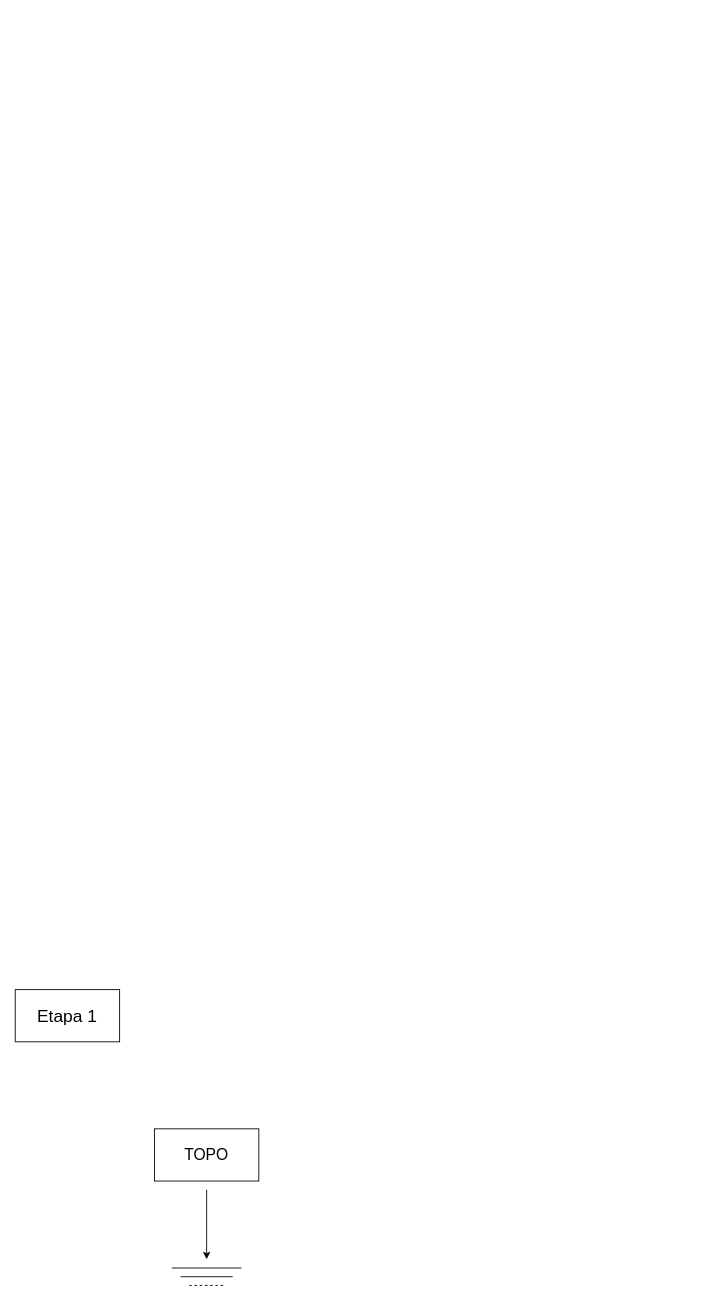
Before: page "Page-2" (2 of 3) of Untitled Diagram.drawio in Xang0/Diagramas-de-Estruturas-de-Dado, a draw.io diagram. Source tidied: cells renumbered, new cells numbered last; positions are measured from the earlier drawing's top-left corner, leaving out a move shared by most shapes. Both pictures are drawn from the tidied source at 87%, with x=0, y=0 at pixel (15, 989).
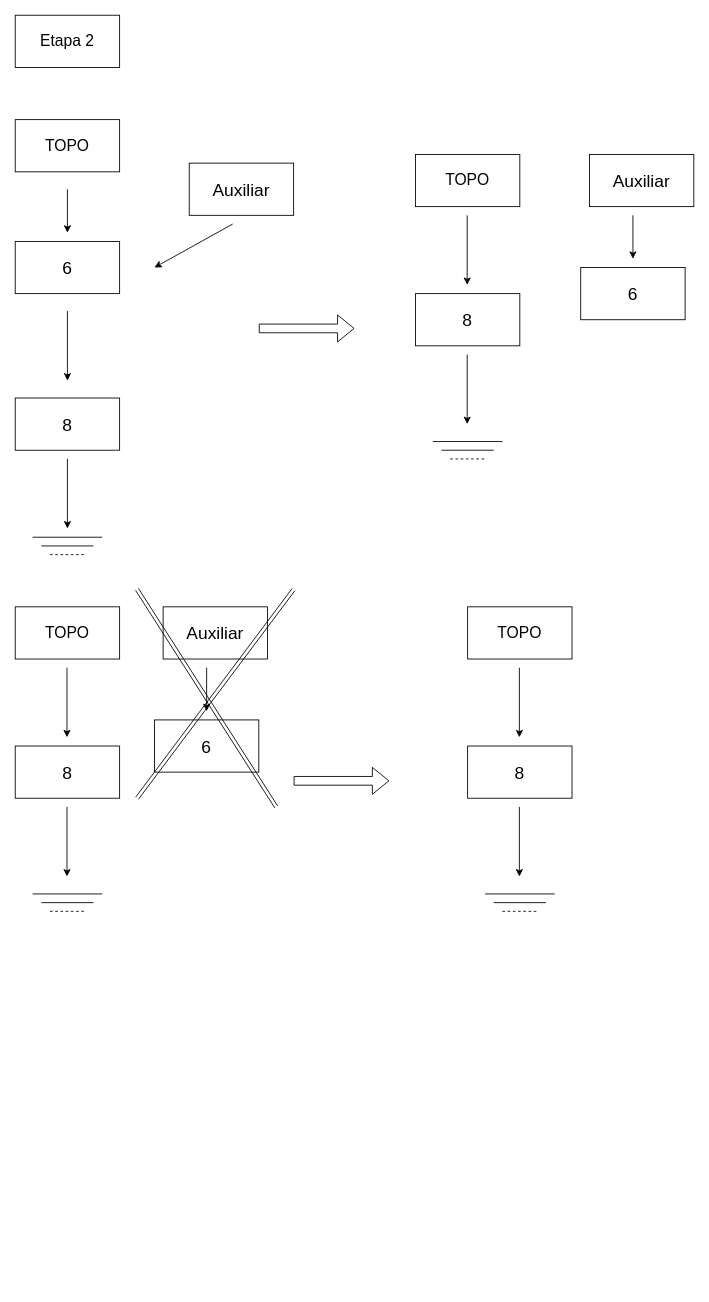
The same page after the edit.

Change to the diagram source:
```diff
@@
-    <mxCell id="2" style="rounded=0;whiteSpace=wrap;html=1;" parent="1" vertex="1">
-      <mxGeometry width="120" height="60" as="geometry" />
-    </mxCell>
-    <mxCell id="3" value="&lt;font style=&quot;font-size: 20px;&quot;&gt;Etapa 1&lt;/font&gt;" style="text;html=1;align=center;verticalAlign=middle;whiteSpace=wrap;rounded=0;" parent="1" vertex="1">
-      <mxGeometry width="120" height="60" as="geometry" />
-    </mxCell>
-    <mxCell id="4" style="endArrow=classic;html=1;rounded=0;" parent="1" edge="1">
-      <mxGeometry relative="1" as="geometry">
-        <mxPoint x="220" y="230" as="sourcePoint" />
-        <mxPoint x="220" y="310" as="targetPoint" />
-      </mxGeometry>
-    </mxCell>
-    <mxCell id="5" style="endArrow=none;html=1;rounded=0;" parent="1" edge="1">
-      <mxGeometry relative="1" as="geometry">
-        <mxPoint x="180" y="320" as="sourcePoint" />
-        <mxPoint x="260" y="320" as="targetPoint" />
-      </mxGeometry>
-    </mxCell>
-    <mxCell id="6" style="endArrow=none;html=1;rounded=0;" parent="1" edge="1">
-      <mxGeometry relative="1" as="geometry">
-        <mxPoint x="190" y="330" as="sourcePoint" />
-        <mxPoint x="250" y="330" as="targetPoint" />
-      </mxGeometry>
-    </mxCell>
-    <mxCell id="7" style="rounded=0;whiteSpace=wrap;html=1;" parent="1" vertex="1">
-      <mxGeometry x="160" y="160" width="120" height="60" as="geometry" />
-    </mxCell>
-    <mxCell id="8" value="&lt;div style=&quot;font-size: 13px;&quot;&gt;&lt;font style=&quot;font-size: 18px;&quot;&gt;TOPO&lt;/font&gt;&lt;/div&gt;" style="text;html=1;align=center;verticalAlign=middle;whiteSpace=wrap;rounded=0;" parent="1" vertex="1">
-      <mxGeometry x="160" y="160" width="120" height="60" as="geometry" />
-    </mxCell>
-    <mxCell id="9" style="endArrow=none;dashed=1;html=1;rounded=0;" parent="1" edge="1">
-      <mxGeometry relative="1" as="geometry">
-        <mxPoint x="200" y="340" as="sourcePoint" />
-        <mxPoint x="240" y="340" as="targetPoint" />
-      </mxGeometry>
-    </mxCell>
+    <mxCell id="10" style="endArrow=classic;html=1;rounded=0;" parent="1" edge="1">
+      <mxGeometry relative="1" as="geometry">
+        <mxPoint x="60" y="-610" as="sourcePoint" />
+        <mxPoint x="60" y="-530" as="targetPoint" />
+      </mxGeometry>
+    </mxCell>
+    <mxCell id="11" style="endArrow=none;html=1;rounded=0;" parent="1" edge="1">
+      <mxGeometry relative="1" as="geometry">
+        <mxPoint x="20" y="-520" as="sourcePoint" />
+        <mxPoint x="100" y="-520" as="targetPoint" />
+      </mxGeometry>
+    </mxCell>
+    <mxCell id="12" style="endArrow=none;html=1;rounded=0;" parent="1" edge="1">
+      <mxGeometry relative="1" as="geometry">
+        <mxPoint x="30" y="-510" as="sourcePoint" />
+        <mxPoint x="90" y="-510" as="targetPoint" />
+      </mxGeometry>
+    </mxCell>
+    <mxCell id="13" style="rounded=0;whiteSpace=wrap;html=1;" parent="1" vertex="1">
+      <mxGeometry y="-1000" width="120" height="60" as="geometry" />
+    </mxCell>
+    <mxCell id="14" value="&lt;div style=&quot;font-size: 13px;&quot;&gt;&lt;font style=&quot;font-size: 18px;&quot;&gt;TOPO&lt;/font&gt;&lt;/div&gt;" style="text;html=1;align=center;verticalAlign=middle;whiteSpace=wrap;rounded=0;" parent="1" vertex="1">
+      <mxGeometry y="-1000" width="120" height="60" as="geometry" />
+    </mxCell>
+    <mxCell id="15" style="endArrow=none;dashed=1;html=1;rounded=0;" parent="1" edge="1">
+      <mxGeometry relative="1" as="geometry">
+        <mxPoint x="40" y="-500" as="sourcePoint" />
+        <mxPoint x="80" y="-500" as="targetPoint" />
+      </mxGeometry>
+    </mxCell>
+    <mxCell id="16" style="endArrow=classic;html=1;rounded=0;" parent="1" edge="1">
+      <mxGeometry relative="1" as="geometry">
+        <mxPoint x="60" y="-920" as="sourcePoint" />
+        <mxPoint x="60" y="-870" as="targetPoint" />
+      </mxGeometry>
+    </mxCell>
+    <mxCell id="17" style="rounded=0;whiteSpace=wrap;html=1;" parent="1" vertex="1">
+      <mxGeometry y="-860" width="120" height="60" as="geometry" />
+    </mxCell>
+    <mxCell id="18" value="&lt;div style=&quot;font-size: 20px;&quot;&gt;6&lt;br&gt;&lt;/div&gt;" style="text;html=1;align=center;verticalAlign=middle;whiteSpace=wrap;rounded=0;" parent="1" vertex="1">
+      <mxGeometry y="-860" width="120" height="60" as="geometry" />
+    </mxCell>
+    <mxCell id="19" style="endArrow=classic;html=1;rounded=0;" parent="1" edge="1">
+      <mxGeometry relative="1" as="geometry">
+        <mxPoint x="60" y="-780" as="sourcePoint" />
+        <mxPoint x="60" y="-700" as="targetPoint" />
+      </mxGeometry>
+    </mxCell>
+    <mxCell id="20" style="rounded=0;whiteSpace=wrap;html=1;" parent="1" vertex="1">
+      <mxGeometry y="-680" width="120" height="60" as="geometry" />
+    </mxCell>
+    <mxCell id="21" value="&lt;font style=&quot;font-size: 20px;&quot;&gt;8&lt;/font&gt;" style="text;html=1;align=center;verticalAlign=middle;whiteSpace=wrap;rounded=0;" parent="1" vertex="1">
+      <mxGeometry y="-680" width="120" height="60" as="geometry" />
+    </mxCell>
+    <mxCell id="22" style="rounded=0;whiteSpace=wrap;html=1;" parent="1" vertex="1">
+      <mxGeometry y="-1120" width="120" height="60" as="geometry" />
+    </mxCell>
+    <mxCell id="23" value="&lt;font style=&quot;font-size: 18px;&quot;&gt;Etapa 2&lt;/font&gt;" style="text;html=1;align=center;verticalAlign=middle;whiteSpace=wrap;rounded=0;" parent="1" vertex="1">
+      <mxGeometry y="-1120" width="120" height="60" as="geometry" />
+    </mxCell>
+    <mxCell id="24" style="rounded=0;whiteSpace=wrap;html=1;" parent="1" vertex="1">
+      <mxGeometry x="200" y="-950" width="120" height="60" as="geometry" />
+    </mxCell>
+    <mxCell id="25" value="&lt;font style=&quot;font-size: 20px;&quot;&gt;Auxiliar&lt;/font&gt;" style="text;html=1;align=center;verticalAlign=middle;whiteSpace=wrap;rounded=0;" parent="1" vertex="1">
+      <mxGeometry x="200" y="-950" width="120" height="60" as="geometry" />
+    </mxCell>
+    <mxCell id="26" style="endArrow=classic;html=1;rounded=0;" parent="1" edge="1">
+      <mxGeometry relative="1" as="geometry">
+        <mxPoint x="250" y="-880" as="sourcePoint" />
+        <mxPoint x="160" y="-830" as="targetPoint" />
+      </mxGeometry>
+    </mxCell>
+    <mxCell id="27" style="shape=flexArrow;endArrow=classic;html=1;rounded=0;" parent="1" edge="1">
+      <mxGeometry relative="1" as="geometry">
+        <mxPoint x="280" y="-760" as="sourcePoint" />
+        <mxPoint x="390" y="-760" as="targetPoint" />
+      </mxGeometry>
+    </mxCell>
+    <mxCell id="28" style="endArrow=classic;html=1;rounded=0;" parent="1" edge="1">
+      <mxGeometry relative="1" as="geometry">
+        <mxPoint x="519.5" y="-730" as="sourcePoint" />
+        <mxPoint x="519.5" y="-650" as="targetPoint" />
+      </mxGeometry>
+    </mxCell>
+    <mxCell id="29" style="endArrow=none;html=1;rounded=0;" parent="1" edge="1">
+      <mxGeometry relative="1" as="geometry">
+        <mxPoint x="480" y="-630" as="sourcePoint" />
+        <mxPoint x="560" y="-630" as="targetPoint" />
+      </mxGeometry>
+    </mxCell>
+    <mxCell id="30" style="endArrow=none;html=1;rounded=0;" parent="1" edge="1">
+      <mxGeometry relative="1" as="geometry">
+        <mxPoint x="490" y="-620" as="sourcePoint" />
+        <mxPoint x="550" y="-620" as="targetPoint" />
+      </mxGeometry>
+    </mxCell>
+    <mxCell id="31" style="rounded=0;whiteSpace=wrap;html=1;" parent="1" vertex="1">
+      <mxGeometry x="460" y="-960" width="120" height="60" as="geometry" />
+    </mxCell>
+    <mxCell id="32" value="&lt;div style=&quot;font-size: 13px;&quot;&gt;&lt;font style=&quot;font-size: 18px;&quot;&gt;TOPO&lt;/font&gt;&lt;/div&gt;" style="text;html=1;align=center;verticalAlign=middle;whiteSpace=wrap;rounded=0;" parent="1" vertex="1">
+      <mxGeometry x="460" y="-960" width="120" height="60" as="geometry" />
+    </mxCell>
+    <mxCell id="33" style="endArrow=none;dashed=1;html=1;rounded=0;" parent="1" edge="1">
+      <mxGeometry relative="1" as="geometry">
+        <mxPoint x="500" y="-610" as="sourcePoint" />
+        <mxPoint x="540" y="-610" as="targetPoint" />
+      </mxGeometry>
+    </mxCell>
+    <mxCell id="34" style="rounded=0;whiteSpace=wrap;html=1;" parent="1" vertex="1">
+      <mxGeometry x="650" y="-830" width="120" height="60" as="geometry" />
+    </mxCell>
+    <mxCell id="35" value="&lt;div style=&quot;font-size: 20px;&quot;&gt;6&lt;br&gt;&lt;/div&gt;" style="text;html=1;align=center;verticalAlign=middle;whiteSpace=wrap;rounded=0;" parent="1" vertex="1">
+      <mxGeometry x="650" y="-830" width="120" height="60" as="geometry" />
+    </mxCell>
+    <mxCell id="36" style="endArrow=classic;html=1;rounded=0;" parent="1" edge="1">
+      <mxGeometry relative="1" as="geometry">
+        <mxPoint x="519.5" y="-890" as="sourcePoint" />
+        <mxPoint x="519.5" y="-810" as="targetPoint" />
+      </mxGeometry>
+    </mxCell>
+    <mxCell id="37" style="rounded=0;whiteSpace=wrap;html=1;" parent="1" vertex="1">
+      <mxGeometry x="460" y="-800" width="120" height="60" as="geometry" />
+    </mxCell>
+    <mxCell id="38" value="&lt;font style=&quot;font-size: 20px;&quot;&gt;8&lt;/font&gt;" style="text;html=1;align=center;verticalAlign=middle;whiteSpace=wrap;rounded=0;" parent="1" vertex="1">
+      <mxGeometry x="460" y="-800" width="120" height="60" as="geometry" />
+    </mxCell>
+    <mxCell id="39" style="rounded=0;whiteSpace=wrap;html=1;" parent="1" vertex="1">
+      <mxGeometry x="660" y="-960" width="120" height="60" as="geometry" />
+    </mxCell>
+    <mxCell id="40" value="&lt;font style=&quot;font-size: 20px;&quot;&gt;Auxiliar&lt;/font&gt;" style="text;html=1;align=center;verticalAlign=middle;whiteSpace=wrap;rounded=0;" parent="1" vertex="1">
+      <mxGeometry x="660" y="-960" width="120" height="60" as="geometry" />
+    </mxCell>
+    <mxCell id="41" style="endArrow=classic;html=1;rounded=0;" parent="1" edge="1">
+      <mxGeometry relative="1" as="geometry">
+        <mxPoint x="710" y="-890" as="sourcePoint" />
+        <mxPoint x="710" y="-840" as="targetPoint" />
+      </mxGeometry>
+    </mxCell>
+    <mxCell id="42" style="endArrow=classic;html=1;rounded=0;" parent="1" edge="1">
+      <mxGeometry relative="1" as="geometry">
+        <mxPoint x="59.5" y="-210" as="sourcePoint" />
+        <mxPoint x="59.5" y="-130" as="targetPoint" />
+      </mxGeometry>
+    </mxCell>
+    <mxCell id="43" style="endArrow=none;html=1;rounded=0;" parent="1" edge="1">
+      <mxGeometry relative="1" as="geometry">
+        <mxPoint x="20" y="-110" as="sourcePoint" />
+        <mxPoint x="100" y="-110" as="targetPoint" />
+      </mxGeometry>
+    </mxCell>
+    <mxCell id="44" style="endArrow=none;html=1;rounded=0;" parent="1" edge="1">
+      <mxGeometry relative="1" as="geometry">
+        <mxPoint x="30" y="-100" as="sourcePoint" />
+        <mxPoint x="90" y="-100" as="targetPoint" />
+      </mxGeometry>
+    </mxCell>
+    <mxCell id="45" style="rounded=0;whiteSpace=wrap;html=1;" parent="1" vertex="1">
+      <mxGeometry y="-440" width="120" height="60" as="geometry" />
+    </mxCell>
+    <mxCell id="46" value="&lt;div style=&quot;font-size: 13px;&quot;&gt;&lt;font style=&quot;font-size: 18px;&quot;&gt;TOPO&lt;/font&gt;&lt;/div&gt;" style="text;html=1;align=center;verticalAlign=middle;whiteSpace=wrap;rounded=0;" parent="1" vertex="1">
+      <mxGeometry y="-440" width="120" height="60" as="geometry" />
+    </mxCell>
+    <mxCell id="47" style="endArrow=none;dashed=1;html=1;rounded=0;" parent="1" edge="1">
+      <mxGeometry relative="1" as="geometry">
+        <mxPoint x="40" y="-90" as="sourcePoint" />
+        <mxPoint x="80" y="-90" as="targetPoint" />
+      </mxGeometry>
+    </mxCell>
+    <mxCell id="48" style="endArrow=classic;html=1;rounded=0;" parent="1" edge="1">
+      <mxGeometry relative="1" as="geometry">
+        <mxPoint x="59.5" y="-370" as="sourcePoint" />
+        <mxPoint x="59.5" y="-290" as="targetPoint" />
+      </mxGeometry>
+    </mxCell>
+    <mxCell id="49" style="rounded=0;whiteSpace=wrap;html=1;" parent="1" vertex="1">
+      <mxGeometry y="-280" width="120" height="60" as="geometry" />
+    </mxCell>
+    <mxCell id="50" value="&lt;font style=&quot;font-size: 20px;&quot;&gt;8&lt;/font&gt;" style="text;html=1;align=center;verticalAlign=middle;whiteSpace=wrap;rounded=0;" parent="1" vertex="1">
+      <mxGeometry y="-280" width="120" height="60" as="geometry" />
+    </mxCell>
+    <mxCell id="51" style="rounded=0;whiteSpace=wrap;html=1;" parent="1" vertex="1">
+      <mxGeometry x="160" y="-310" width="120" height="60" as="geometry" />
+    </mxCell>
+    <mxCell id="52" value="&lt;div style=&quot;font-size: 20px;&quot;&gt;6&lt;br&gt;&lt;/div&gt;" style="text;html=1;align=center;verticalAlign=middle;whiteSpace=wrap;rounded=0;" parent="1" vertex="1">
+      <mxGeometry x="160" y="-310" width="120" height="60" as="geometry" />
+    </mxCell>
+    <mxCell id="53" style="rounded=0;whiteSpace=wrap;html=1;" parent="1" vertex="1">
+      <mxGeometry x="170" y="-440" width="120" height="60" as="geometry" />
+    </mxCell>
+    <mxCell id="54" value="&lt;font style=&quot;font-size: 20px;&quot;&gt;Auxiliar&lt;/font&gt;" style="text;html=1;align=center;verticalAlign=middle;whiteSpace=wrap;rounded=0;" parent="1" vertex="1">
+      <mxGeometry x="170" y="-440" width="120" height="60" as="geometry" />
+    </mxCell>
+    <mxCell id="55" style="endArrow=classic;html=1;rounded=0;" parent="1" edge="1">
+      <mxGeometry relative="1" as="geometry">
+        <mxPoint x="220" y="-370" as="sourcePoint" />
+        <mxPoint x="220" y="-320" as="targetPoint" />
+      </mxGeometry>
+    </mxCell>
+    <mxCell id="56" style="shape=link;html=1;rounded=0;" parent="1" edge="1">
+      <mxGeometry relative="1" as="geometry">
+        <mxPoint x="140" y="-460" as="sourcePoint" />
+        <mxPoint x="300" y="-210" as="targetPoint" />
+      </mxGeometry>
+    </mxCell>
+    <mxCell id="57" style="shape=link;html=1;rounded=0;" parent="1" edge="1">
+      <mxGeometry relative="1" as="geometry">
+        <mxPoint x="320" y="-460" as="sourcePoint" />
+        <mxPoint x="140" y="-220" as="targetPoint" />
+      </mxGeometry>
+    </mxCell>
+    <mxCell id="58" style="shape=flexArrow;endArrow=classic;html=1;rounded=0;" parent="1" edge="1">
+      <mxGeometry relative="1" as="geometry">
+        <mxPoint x="320" y="-240" as="sourcePoint" />
+        <mxPoint x="430" y="-240" as="targetPoint" />
+      </mxGeometry>
+    </mxCell>
+    <mxCell id="59" style="endArrow=classic;html=1;rounded=0;" parent="1" edge="1">
+      <mxGeometry relative="1" as="geometry">
+        <mxPoint x="579.5" y="-210" as="sourcePoint" />
+        <mxPoint x="579.5" y="-130" as="targetPoint" />
+      </mxGeometry>
+    </mxCell>
+    <mxCell id="60" style="endArrow=none;html=1;rounded=0;" parent="1" edge="1">
+      <mxGeometry relative="1" as="geometry">
+        <mxPoint x="540" y="-110" as="sourcePoint" />
+        <mxPoint x="620" y="-110" as="targetPoint" />
+      </mxGeometry>
+    </mxCell>
+    <mxCell id="61" style="endArrow=none;html=1;rounded=0;" parent="1" edge="1">
+      <mxGeometry relative="1" as="geometry">
+        <mxPoint x="550" y="-100" as="sourcePoint" />
+        <mxPoint x="610" y="-100" as="targetPoint" />
+      </mxGeometry>
+    </mxCell>
+    <mxCell id="62" style="rounded=0;whiteSpace=wrap;html=1;" parent="1" vertex="1">
+      <mxGeometry x="520" y="-440" width="120" height="60" as="geometry" />
+    </mxCell>
+    <mxCell id="63" value="&lt;div style=&quot;font-size: 13px;&quot;&gt;&lt;font style=&quot;font-size: 18px;&quot;&gt;TOPO&lt;/font&gt;&lt;/div&gt;" style="text;html=1;align=center;verticalAlign=middle;whiteSpace=wrap;rounded=0;" parent="1" vertex="1">
+      <mxGeometry x="520" y="-440" width="120" height="60" as="geometry" />
+    </mxCell>
+    <mxCell id="64" style="endArrow=none;dashed=1;html=1;rounded=0;" parent="1" edge="1">
+      <mxGeometry relative="1" as="geometry">
+        <mxPoint x="560" y="-90" as="sourcePoint" />
+        <mxPoint x="600" y="-90" as="targetPoint" />
+      </mxGeometry>
+    </mxCell>
+    <mxCell id="65" style="endArrow=classic;html=1;rounded=0;" parent="1" edge="1">
+      <mxGeometry relative="1" as="geometry">
+        <mxPoint x="579.5" y="-370" as="sourcePoint" />
+        <mxPoint x="579.5" y="-290" as="targetPoint" />
+      </mxGeometry>
+    </mxCell>
+    <mxCell id="66" style="rounded=0;whiteSpace=wrap;html=1;" parent="1" vertex="1">
+      <mxGeometry x="520" y="-280" width="120" height="60" as="geometry" />
+    </mxCell>
+    <mxCell id="67" value="&lt;font style=&quot;font-size: 20px;&quot;&gt;8&lt;/font&gt;" style="text;html=1;align=center;verticalAlign=middle;whiteSpace=wrap;rounded=0;" parent="1" vertex="1">
+      <mxGeometry x="520" y="-280" width="120" height="60" as="geometry" />
+    </mxCell>
```
